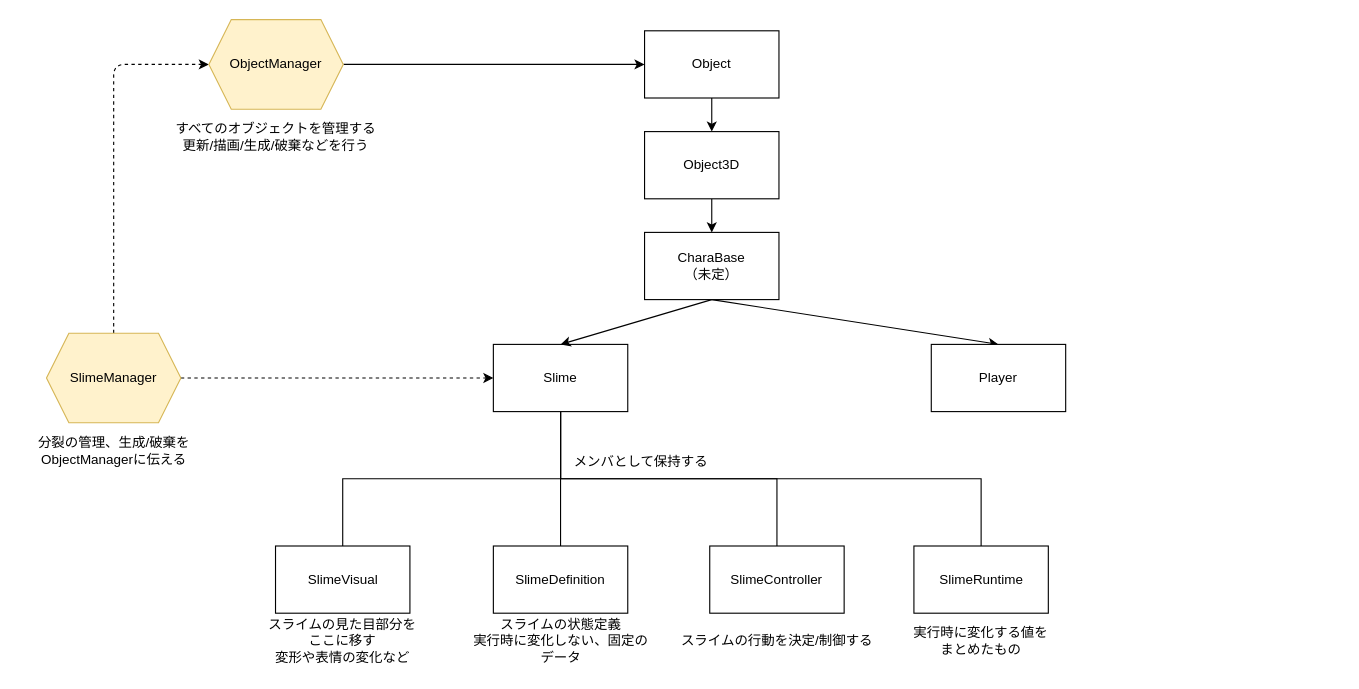
This is Slime3D.drawio from AyameOtani/Slime3D, a draw.io file, before an edit. Source tidied: cells renumbered, new cells numbered last; positions are measured from the earlier drawing's top-left corner, leaving out a move shared by most shapes. Both pictures are drawn from the tidied source at 112%, with x=0, y=0 at pixel (19, 19).
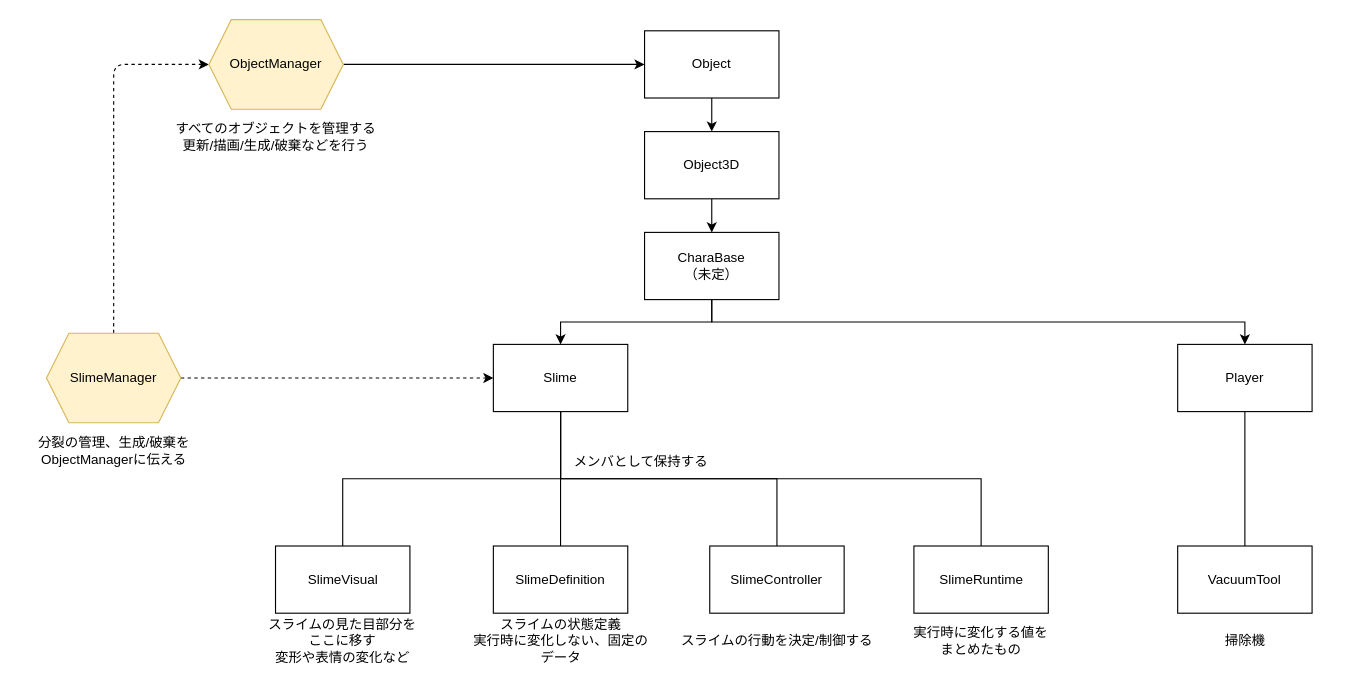
Above is the later version.

Commit message:
・クラス図微変更

The change refers to these unchanged cells:
```xml
<mxCell id="10" value="Slime" style="rounded=0;whiteSpace=wrap;html=1;" parent="1" vertex="1">
  <mxGeometry x="423" y="290" width="120" height="60" as="geometry" />
</mxCell>
<mxCell id="13" value="CharaBase&lt;br&gt;（未定）" style="rounded=0;whiteSpace=wrap;html=1;" parent="1" vertex="1">
  <mxGeometry x="558" y="190" width="120" height="60" as="geometry" />
</mxCell>
```

The edit, as a diff of the source:
```diff
@@
-    <mxCell id="11" style="edgeStyle=none;html=1;exitX=0.5;exitY=1;exitDx=0;exitDy=0;entryX=0.5;entryY=0;entryDx=0;entryDy=0;" parent="1" edge="1" source="13" target="14">
+    <mxCell id="11" style="edgeStyle=orthogonalEdgeStyle;html=1;exitX=0.5;exitY=1;exitDx=0;exitDy=0;entryX=0.5;entryY=0;entryDx=0;entryDy=0;rounded=0;curved=0;" parent="1" edge="1" source="13" target="14">
       <mxGeometry relative="1" as="geometry" />
     </mxCell>
-    <mxCell id="12" style="edgeStyle=none;html=1;exitX=0.5;exitY=1;exitDx=0;exitDy=0;entryX=0.5;entryY=0;entryDx=0;entryDy=0;" parent="1" edge="1" source="13" target="10">
+    <mxCell id="12" style="edgeStyle=orthogonalEdgeStyle;html=1;exitX=0.5;exitY=1;exitDx=0;exitDy=0;entryX=0.5;entryY=0;entryDx=0;entryDy=0;rounded=0;curved=0;" parent="1" edge="1" source="13" target="10">
       <mxGeometry relative="1" as="geometry" />
     </mxCell>
@@
+    <mxCell id="31" style="edgeStyle=orthogonalEdgeStyle;html=1;exitX=0.5;exitY=1;exitDx=0;exitDy=0;entryX=0.5;entryY=0;entryDx=0;entryDy=0;rounded=0;endArrow=none;endFill=0;" parent="1" edge="1" source="14" target="32">
+      <mxGeometry relative="1" as="geometry" />
+    </mxCell>
     <mxCell id="14" value="Player" style="rounded=0;whiteSpace=wrap;html=1;" parent="1" vertex="1">
-      <mxGeometry x="814" y="290" width="120" height="60" as="geometry" />
+      <mxGeometry x="1034" y="290" width="120" height="60" as="geometry" />
     </mxCell>
@@
+    <mxCell id="32" value="VacuumTool" style="rounded=0;whiteSpace=wrap;html=1;" parent="1" vertex="1">
+      <mxGeometry x="1034" y="470" width="120" height="60" as="geometry" />
+    </mxCell>
+    <mxCell id="33" value="掃除機" style="text;html=1;whiteSpace=wrap;strokeColor=none;fillColor=none;align=center;verticalAlign=middle;rounded=0;" parent="1" vertex="1">
+      <mxGeometry x="1009.5" y="530" width="169" height="50" as="geometry" />
+    </mxCell>
```
